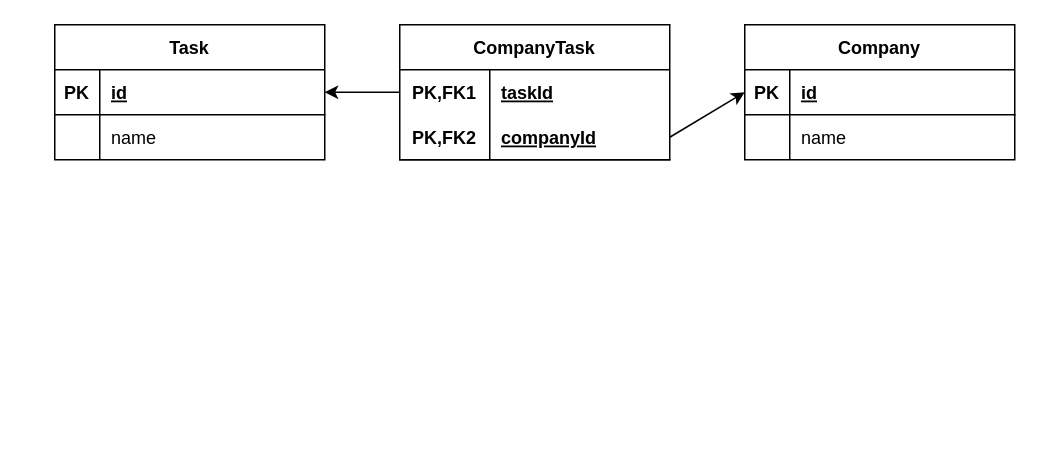
The draw.io diagram tasks_single_task_table_many_many_link.drawio in uktrade/data-hub-api, before the edit. Source tidied: cells renumbered, new cells numbered last; positions are measured from the earlier drawing's top-left corner, leaving out a move shared by most shapes. Both pictures are drawn from the tidied source at 150%, with x=0, y=0 at pixel (54, 24).
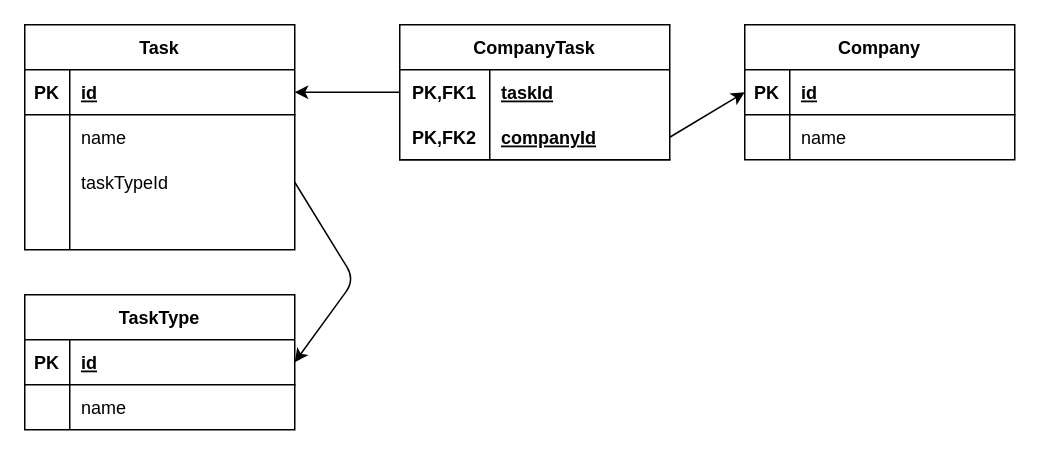
The same diagram, later.

The change refers to these unchanged cells:
```xml
<mxCell id="17" style="shape=tableRow;horizontal=0;startSize=0;swimlaneHead=0;swimlaneBody=0;fillColor=none;points=[[0,0.5],[1,0.5]];portConstraint=eastwest;top=0;left=0;right=0;bottom=0;" parent="16" vertex="1">
  <mxGeometry y="30" width="180" height="30" as="geometry" />
</mxCell>
```

Diff of the diagram source:
```diff
@@
-    <mxCell id="2" value="Task" style="shape=table;startSize=30;childLayout=tableLayout;rowLines=0;fontStyle=1;align=center;" parent="1" vertex="1">
-      <mxGeometry width="180" height="90" as="geometry" />
-    </mxCell>
-    <mxCell id="3" style="shape=tableRow;horizontal=0;startSize=0;swimlaneHead=0;swimlaneBody=0;fillColor=none;points=[[0,0.5],[1,0.5]];portConstraint=eastwest;top=0;left=0;right=0;bottom=1;" parent="2" vertex="1">
-      <mxGeometry y="30" width="180" height="30" as="geometry" />
-    </mxCell>
-    <mxCell id="4" value="PK" style="shape=partialRectangle;fillColor=none;top=0;left=0;bottom=0;right=0;fontStyle=1;overflow=hidden;" parent="3" vertex="1">
-      <mxGeometry width="30" height="30" as="geometry" />
-    </mxCell>
-    <mxCell id="5" value="id" style="shape=partialRectangle;fillColor=none;top=0;left=0;bottom=0;right=0;align=left;spacingLeft=6;fontStyle=5;overflow=hidden;" parent="3" vertex="1">
-      <mxGeometry x="30" width="150" height="30" as="geometry" />
-    </mxCell>
-    <mxCell id="6" style="shape=tableRow;horizontal=0;startSize=0;swimlaneHead=0;swimlaneBody=0;fillColor=none;top=0;left=0;right=0;bottom=0;" parent="2" vertex="1">
-      <mxGeometry y="60" width="180" height="30" as="geometry" />
-    </mxCell>
-    <mxCell id="7" style="shape=partialRectangle;fillColor=none;top=0;left=0;bottom=0;right=0;overflow=hidden;" parent="6" vertex="1">
-      <mxGeometry width="30" height="30" as="geometry" />
-    </mxCell>
-    <mxCell id="8" value="name" style="shape=partialRectangle;fillColor=none;top=0;left=0;bottom=0;right=0;align=left;spacingLeft=6;overflow=hidden;" parent="6" vertex="1">
-      <mxGeometry x="30" width="150" height="30" as="geometry" />
-    </mxCell>
@@
-    <mxCell id="23" style="edgeStyle=none;html=1;exitX=0;exitY=0.5;exitDx=0;exitDy=0;entryX=1;entryY=0.5;entryDx=0;entryDy=0;" parent="1" edge="1" source="17" target="3">
-      <mxGeometry relative="1" as="geometry" />
-    </mxCell>
@@
+    <mxCell id="2" value="Task" style="shape=table;startSize=30;childLayout=tableLayout;rowLines=0;fontStyle=1;align=center;" parent="1" vertex="1">
+      <mxGeometry x="-20" width="180" height="150" as="geometry" />
+    </mxCell>
+    <mxCell id="25" style="shape=tableRow;horizontal=0;startSize=0;swimlaneHead=0;swimlaneBody=0;fillColor=none;points=[[0,0.5],[1,0.5]];portConstraint=eastwest;top=0;left=0;right=0;bottom=1;" parent="2" vertex="1">
+      <mxGeometry y="30" width="180" height="30" as="geometry" />
+    </mxCell>
+    <mxCell id="26" value="PK" style="shape=partialRectangle;fillColor=none;top=0;left=0;bottom=0;right=0;fontStyle=1;overflow=hidden;" parent="25" vertex="1">
+      <mxGeometry width="30" height="30" as="geometry" />
+    </mxCell>
+    <mxCell id="27" value="id" style="shape=partialRectangle;fillColor=none;top=0;left=0;bottom=0;right=0;align=left;spacingLeft=6;fontStyle=5;overflow=hidden;" parent="25" vertex="1">
+      <mxGeometry x="30" width="150" height="30" as="geometry" />
+    </mxCell>
+    <mxCell id="28" style="shape=tableRow;horizontal=0;startSize=0;swimlaneHead=0;swimlaneBody=0;fillColor=none;top=0;left=0;right=0;bottom=0;" parent="2" vertex="1">
+      <mxGeometry y="60" width="180" height="30" as="geometry" />
+    </mxCell>
+    <mxCell id="29" style="shape=partialRectangle;fillColor=none;top=0;left=0;bottom=0;right=0;overflow=hidden;" parent="28" vertex="1">
+      <mxGeometry width="30" height="30" as="geometry" />
+    </mxCell>
+    <mxCell id="30" value="name" style="shape=partialRectangle;fillColor=none;top=0;left=0;bottom=0;right=0;align=left;spacingLeft=6;overflow=hidden;" parent="28" vertex="1">
+      <mxGeometry x="30" width="150" height="30" as="geometry" />
+    </mxCell>
+    <mxCell id="31" style="shape=tableRow;horizontal=0;startSize=0;swimlaneHead=0;swimlaneBody=0;fillColor=none;points=[[0,0.5],[1,0.5]];portConstraint=eastwest;top=0;left=0;right=0;bottom=0;" parent="2" vertex="1">
+      <mxGeometry y="90" width="180" height="30" as="geometry" />
+    </mxCell>
+    <mxCell id="32" style="shape=partialRectangle;fillColor=none;top=0;left=0;bottom=0;right=0;overflow=hidden;" parent="31" vertex="1">
+      <mxGeometry width="30" height="30" as="geometry" />
+    </mxCell>
+    <mxCell id="33" value="taskTypeId" style="shape=partialRectangle;fillColor=none;top=0;left=0;bottom=0;right=0;align=left;spacingLeft=6;overflow=hidden;" parent="31" vertex="1">
+      <mxGeometry x="30" width="150" height="30" as="geometry" />
+    </mxCell>
+    <mxCell id="34" style="shape=tableRow;horizontal=0;startSize=0;swimlaneHead=0;swimlaneBody=0;fillColor=none;top=0;left=0;right=0;bottom=0;" parent="2" vertex="1">
+      <mxGeometry y="120" width="180" height="30" as="geometry" />
+    </mxCell>
+    <mxCell id="35" style="shape=partialRectangle;fillColor=none;top=0;left=0;bottom=0;right=0;overflow=hidden;" parent="34" vertex="1">
+      <mxGeometry width="30" height="30" as="geometry" />
+    </mxCell>
+    <mxCell id="36" style="shape=partialRectangle;fillColor=none;top=0;left=0;bottom=0;right=0;align=left;spacingLeft=6;overflow=hidden;" parent="34" vertex="1">
+      <mxGeometry x="30" width="150" height="30" as="geometry" />
+    </mxCell>
+    <mxCell id="37" style="edgeStyle=none;html=1;exitX=0;exitY=0.5;exitDx=0;exitDy=0;entryX=1;entryY=0.5;entryDx=0;entryDy=0;" parent="1" edge="1" source="17" target="25">
+      <mxGeometry relative="1" as="geometry" />
+    </mxCell>
+    <mxCell id="38" value="TaskType" style="shape=table;startSize=30;childLayout=tableLayout;rowLines=0;fontStyle=1;align=center;" parent="1" vertex="1">
+      <mxGeometry x="-20" y="180" width="180" height="90" as="geometry" />
+    </mxCell>
+    <mxCell id="39" style="shape=tableRow;horizontal=0;startSize=0;swimlaneHead=0;swimlaneBody=0;fillColor=none;points=[[0,0.5],[1,0.5]];portConstraint=eastwest;top=0;left=0;right=0;bottom=1;" parent="38" vertex="1">
+      <mxGeometry y="30" width="180" height="30" as="geometry" />
+    </mxCell>
+    <mxCell id="40" value="PK" style="shape=partialRectangle;fillColor=none;top=0;left=0;bottom=0;right=0;fontStyle=1;overflow=hidden;" parent="39" vertex="1">
+      <mxGeometry width="30" height="30" as="geometry" />
+    </mxCell>
+    <mxCell id="41" value="id" style="shape=partialRectangle;fillColor=none;top=0;left=0;bottom=0;right=0;align=left;spacingLeft=6;fontStyle=5;overflow=hidden;" parent="39" vertex="1">
+      <mxGeometry x="30" width="150" height="30" as="geometry" />
+    </mxCell>
+    <mxCell id="42" style="shape=tableRow;horizontal=0;startSize=0;swimlaneHead=0;swimlaneBody=0;fillColor=none;top=0;left=0;right=0;bottom=0;" parent="38" vertex="1">
+      <mxGeometry y="60" width="180" height="30" as="geometry" />
+    </mxCell>
+    <mxCell id="43" style="shape=partialRectangle;fillColor=none;top=0;left=0;bottom=0;right=0;overflow=hidden;" parent="42" vertex="1">
+      <mxGeometry width="30" height="30" as="geometry" />
+    </mxCell>
+    <mxCell id="44" value="name" style="shape=partialRectangle;fillColor=none;top=0;left=0;bottom=0;right=0;align=left;spacingLeft=6;overflow=hidden;" parent="42" vertex="1">
+      <mxGeometry x="30" width="150" height="30" as="geometry" />
+    </mxCell>
+    <mxCell id="45" style="edgeStyle=none;html=1;exitX=1;exitY=0.5;exitDx=0;exitDy=0;entryX=1;entryY=0.5;entryDx=0;entryDy=0;" parent="1" edge="1" source="31" target="39">
+      <mxGeometry relative="1" as="geometry">
+        <Array as="points">
+          <mxPoint x="200" y="170" />
+        </Array>
+      </mxGeometry>
+    </mxCell>
```
